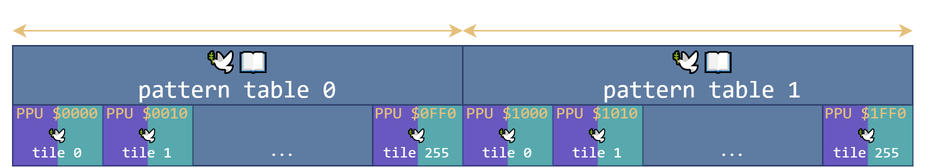
Before: public/assets/graphics/tile_bitplanes.png, a diagram exported from draw.io (afska/emudevz). Source tidied: cells renumbered, new cells last; positions are measured from the earlier drawing's top-left corner, leaving out a move shared by most shapes. The source it was exported from:
```xml
<mxGraphModel background="#121010">
  <root>
    <mxCell id="0" />
    <mxCell id="1" parent="0" />
    <mxCell id="2" style="group;" parent="1" vertex="1">
      <mxGeometry width="600" height="110" as="geometry" />
    </mxCell>
    <mxCell id="3" style="rounded=0;whiteSpace=wrap;html=1;fillColor=#5E7BA1;strokeColor=#2D3F6B;" parent="2" vertex="1">
      <mxGeometry y="30" width="600" height="80" as="geometry" />
    </mxCell>
    <mxCell id="4" style="endArrow=classic;startArrow=classic;html=1;rounded=0;strokeColor=#e5c07b;entryX=1;entryY=1;entryDx=0;entryDy=0;" parent="2" edge="1" target="5">
      <mxGeometry relative="1" as="geometry">
        <mxPoint y="20" as="sourcePoint" />
      </mxGeometry>
    </mxCell>
    <mxCell id="5" value="&lt;font style=&quot;font-size: 14px;&quot; face=&quot;Courier New&quot; color=&quot;#ffffff&quot;&gt;4096&lt;/font&gt;" style="text;align=center;html=1;verticalAlign=middle;whiteSpace=wrap;rounded=0;" parent="2" vertex="1">
      <mxGeometry width="300" height="20" as="geometry" />
    </mxCell>
    <mxCell id="6" style="endArrow=none;html=1;rounded=0;strokeColor=#2D3F6B;exitX=0.5;exitY=1;exitDx=0;exitDy=0;entryX=0.5;entryY=0;entryDx=0;entryDy=0;" parent="2" edge="1" source="3" target="3">
      <mxGeometry relative="1" as="geometry" />
    </mxCell>
    <mxCell id="7" style="endArrow=classic;startArrow=classic;html=1;rounded=0;strokeColor=#e5c07b;entryX=1;entryY=1;entryDx=0;entryDy=0;" parent="2" edge="1" target="8">
      <mxGeometry relative="1" as="geometry">
        <mxPoint x="300" y="20" as="sourcePoint" />
      </mxGeometry>
    </mxCell>
    <mxCell id="8" value="&lt;font style=&quot;font-size: 14px;&quot; face=&quot;Courier New&quot; color=&quot;#ffffff&quot;&gt;4096&lt;/font&gt;" style="text;align=center;html=1;verticalAlign=middle;whiteSpace=wrap;rounded=0;" parent="2" vertex="1">
      <mxGeometry x="300" width="300" height="20" as="geometry" />
    </mxCell>
    <mxCell id="9" value="&lt;div style=&quot;font-family: Consolas, &amp;quot;Courier New&amp;quot;, monospace; line-height: 116%;&quot;&gt;&lt;/div&gt;&lt;font style=&quot;font-size: 16px;&quot; face=&quot;Consolas, Courier New, monospace&quot; color=&quot;#ffffff&quot;&gt;🕊️📖&lt;/font&gt;&lt;div style=&quot;font-family: Consolas, &amp;quot;Courier New&amp;quot;, monospace; line-height: 116%; font-size: 16px;&quot;&gt;&lt;font style=&quot;font-size: 16px;&quot; color=&quot;#ffffff&quot;&gt;pattern table 0&lt;/font&gt;&lt;/div&gt;" style="text;align=center;html=1;verticalAlign=middle;whiteSpace=wrap;rounded=0;" parent="2" vertex="1">
      <mxGeometry y="30" width="300" height="40" as="geometry" />
    </mxCell>
    <mxCell id="10" value="&lt;div style=&quot;font-family: Consolas, &amp;quot;Courier New&amp;quot;, monospace; line-height: 116%;&quot;&gt;&lt;/div&gt;&lt;font style=&quot;font-size: 16px;&quot; face=&quot;Consolas, Courier New, monospace&quot; color=&quot;#ffffff&quot;&gt;🕊️📖&lt;/font&gt;&lt;div style=&quot;font-family: Consolas, &amp;quot;Courier New&amp;quot;, monospace; line-height: 116%; font-size: 16px;&quot;&gt;&lt;font style=&quot;font-size: 16px;&quot; color=&quot;#ffffff&quot;&gt;pattern table 1&lt;/font&gt;&lt;/div&gt;" style="text;align=center;html=1;verticalAlign=middle;whiteSpace=wrap;rounded=0;" parent="2" vertex="1">
      <mxGeometry x="320" y="30" width="280" height="40" as="geometry" />
    </mxCell>
    <mxCell id="11" style="endArrow=none;html=1;rounded=0;strokeColor=#2D3F6B;exitX=1;exitY=1;exitDx=0;exitDy=0;" parent="2" edge="1" source="19">
      <mxGeometry relative="1" as="geometry">
        <mxPoint x="60" y="70" as="targetPoint" />
      </mxGeometry>
    </mxCell>
    <mxCell id="12" style="endArrow=none;html=1;rounded=0;strokeColor=#2D3F6B;exitX=1;exitY=1;exitDx=0;exitDy=0;" parent="2" edge="1" source="24">
      <mxGeometry relative="1" as="geometry">
        <mxPoint x="120" y="70" as="targetPoint" />
      </mxGeometry>
    </mxCell>
    <mxCell id="13" value="&lt;div style=&quot;font-family: Consolas, &amp;quot;Courier New&amp;quot;, monospace; line-height: 116%;&quot;&gt;&lt;/div&gt;&lt;font face=&quot;Consolas, Courier New, monospace&quot; color=&quot;#ffffff&quot;&gt;&lt;span style=&quot;font-size: 10px;&quot;&gt;...&lt;/span&gt;&lt;/font&gt;" style="text;align=center;html=1;verticalAlign=middle;whiteSpace=wrap;rounded=0;" parent="2" vertex="1">
      <mxGeometry x="120" y="90" width="120" height="20" as="geometry" />
    </mxCell>
    <mxCell id="14" style="endArrow=none;html=1;rounded=0;strokeColor=#2D3F6B;exitX=1;exitY=0;exitDx=0;exitDy=0;entryX=0;entryY=1;entryDx=0;entryDy=0;" parent="2" edge="1">
      <mxGeometry relative="1" as="geometry">
        <mxPoint x="299.3" y="69.4" as="sourcePoint" />
        <mxPoint y="69.4" as="targetPoint" />
      </mxGeometry>
    </mxCell>
    <mxCell id="15" style="endArrow=none;html=1;rounded=0;strokeColor=#2D3F6B;exitX=1;exitY=1;exitDx=0;exitDy=0;" parent="2" edge="1" source="13">
      <mxGeometry relative="1" as="geometry">
        <mxPoint x="240" y="70" as="targetPoint" />
      </mxGeometry>
    </mxCell>
    <mxCell id="16" style="rounded=0;whiteSpace=wrap;html=1;strokeColor=none;fillColor=#7723ec66;" parent="2" vertex="1">
      <mxGeometry y="70" width="30" height="40" as="geometry" />
    </mxCell>
    <mxCell id="17" style="rounded=0;whiteSpace=wrap;html=1;strokeColor=none;fillColor=#4eeebf66;" parent="2" vertex="1">
      <mxGeometry x="30" y="70" width="30" height="40" as="geometry" />
    </mxCell>
    <mxCell id="18" style="rounded=0;whiteSpace=wrap;html=1;strokeColor=none;fillColor=#7723ec66;" parent="2" vertex="1">
      <mxGeometry x="60" y="70" width="30" height="40" as="geometry" />
    </mxCell>
    <mxCell id="19" value="&lt;div style=&quot;font-family: Consolas, &amp;quot;Courier New&amp;quot;, monospace; line-height: 116%;&quot;&gt;&lt;/div&gt;&lt;font style=&quot;font-size: 10px;&quot; face=&quot;Consolas, Courier New, monospace&quot; color=&quot;#ffffff&quot;&gt;🕊️&lt;/font&gt;&lt;div style=&quot;font-family: Consolas, &amp;quot;Courier New&amp;quot;, monospace; line-height: 116%; font-size: 10px;&quot;&gt;&lt;font style=&quot;font-size: 10px;&quot; color=&quot;#ffffff&quot;&gt;tile 0&lt;/font&gt;&lt;/div&gt;" style="text;align=center;html=1;verticalAlign=middle;whiteSpace=wrap;rounded=0;" parent="2" vertex="1">
      <mxGeometry y="80" width="60" height="30" as="geometry" />
    </mxCell>
    <mxCell id="20" value="&lt;div style=&quot;font-family: Consolas, &amp;quot;Courier New&amp;quot;, monospace; line-height: 22px; font-size: 11px;&quot;&gt;&lt;font style=&quot;font-size: 11px;&quot;&gt;PPU&amp;nbsp;&lt;/font&gt;&lt;span style=&quot;background-color: initial;&quot;&gt;$0000&lt;/span&gt;&lt;/div&gt;" style="text;align=center;html=1;verticalAlign=middle;whiteSpace=wrap;rounded=0;fontColor=#E5C07B;" parent="2" vertex="1">
      <mxGeometry y="70" width="60" height="10" as="geometry" />
    </mxCell>
    <mxCell id="21" style="rounded=0;whiteSpace=wrap;html=1;strokeColor=none;fillColor=#4eeebf66;" parent="2" vertex="1">
      <mxGeometry x="90" y="70" width="30" height="40" as="geometry" />
    </mxCell>
    <mxCell id="22" style="rounded=0;whiteSpace=wrap;html=1;strokeColor=none;fillColor=#7723ec66;" parent="2" vertex="1">
      <mxGeometry x="240.3" y="70" width="30" height="40" as="geometry" />
    </mxCell>
    <mxCell id="23" style="rounded=0;whiteSpace=wrap;html=1;strokeColor=none;fillColor=#4eeebf66;" parent="2" vertex="1">
      <mxGeometry x="270" y="70" width="30" height="40" as="geometry" />
    </mxCell>
    <mxCell id="24" value="&lt;div style=&quot;font-family: Consolas, &amp;quot;Courier New&amp;quot;, monospace; line-height: 116%;&quot;&gt;&lt;/div&gt;&lt;font style=&quot;font-size: 10px;&quot; face=&quot;Consolas, Courier New, monospace&quot; color=&quot;#ffffff&quot;&gt;🕊️&lt;/font&gt;&lt;div style=&quot;font-family: Consolas, &amp;quot;Courier New&amp;quot;, monospace; line-height: 116%; font-size: 10px;&quot;&gt;&lt;font style=&quot;font-size: 10px;&quot; color=&quot;#ffffff&quot;&gt;tile 1&lt;/font&gt;&lt;/div&gt;" style="text;align=center;html=1;verticalAlign=middle;whiteSpace=wrap;rounded=0;" parent="2" vertex="1">
      <mxGeometry x="60" y="80" width="60" height="30" as="geometry" />
    </mxCell>
    <mxCell id="25" value="&lt;div style=&quot;font-family: Consolas, &amp;quot;Courier New&amp;quot;, monospace; line-height: 22px; font-size: 11px;&quot;&gt;&lt;font style=&quot;font-size: 11px;&quot;&gt;PPU&amp;nbsp;&lt;/font&gt;&lt;span style=&quot;background-color: initial;&quot;&gt;$0010&lt;/span&gt;&lt;/div&gt;" style="text;align=center;html=1;verticalAlign=middle;whiteSpace=wrap;rounded=0;fontColor=#E5C07B;" parent="2" vertex="1">
      <mxGeometry x="60" y="70" width="60" height="10" as="geometry" />
    </mxCell>
    <mxCell id="26" value="&lt;div style=&quot;font-family: Consolas, &amp;quot;Courier New&amp;quot;, monospace; line-height: 116%;&quot;&gt;&lt;/div&gt;&lt;font style=&quot;font-size: 10px;&quot; face=&quot;Consolas, Courier New, monospace&quot; color=&quot;#ffffff&quot;&gt;🕊️&lt;/font&gt;&lt;div style=&quot;font-family: Consolas, &amp;quot;Courier New&amp;quot;, monospace; line-height: 116%; font-size: 10px;&quot;&gt;&lt;font style=&quot;font-size: 10px;&quot; color=&quot;#ffffff&quot;&gt;tile 255&lt;/font&gt;&lt;/div&gt;" style="text;align=center;html=1;verticalAlign=middle;whiteSpace=wrap;rounded=0;" parent="2" vertex="1">
      <mxGeometry x="240" y="80" width="59.3" height="30" as="geometry" />
    </mxCell>
    <mxCell id="27" value="&lt;div style=&quot;font-family: Consolas, &amp;quot;Courier New&amp;quot;, monospace; line-height: 22px; font-size: 11px;&quot;&gt;&lt;font style=&quot;font-size: 11px;&quot;&gt;PPU&amp;nbsp;&lt;/font&gt;&lt;span style=&quot;background-color: initial;&quot;&gt;$0FF0&lt;/span&gt;&lt;/div&gt;" style="text;align=center;html=1;verticalAlign=middle;whiteSpace=wrap;rounded=0;fontColor=#E5C07B;" parent="2" vertex="1">
      <mxGeometry x="239.3" y="70" width="60" height="10" as="geometry" />
    </mxCell>
    <mxCell id="28" style="endArrow=none;html=1;rounded=0;strokeColor=#2D3F6B;exitX=1;exitY=1;exitDx=0;exitDy=0;" parent="2" edge="1" source="36">
      <mxGeometry relative="1" as="geometry">
        <mxPoint x="360" y="70" as="targetPoint" />
      </mxGeometry>
    </mxCell>
    <mxCell id="29" style="endArrow=none;html=1;rounded=0;strokeColor=#2D3F6B;exitX=1;exitY=1;exitDx=0;exitDy=0;" parent="2" edge="1" source="41">
      <mxGeometry relative="1" as="geometry">
        <mxPoint x="420" y="70" as="targetPoint" />
      </mxGeometry>
    </mxCell>
    <mxCell id="30" value="&lt;div style=&quot;font-family: Consolas, &amp;quot;Courier New&amp;quot;, monospace; line-height: 116%;&quot;&gt;&lt;/div&gt;&lt;font face=&quot;Consolas, Courier New, monospace&quot; color=&quot;#ffffff&quot;&gt;&lt;span style=&quot;font-size: 10px;&quot;&gt;...&lt;/span&gt;&lt;/font&gt;" style="text;align=center;html=1;verticalAlign=middle;whiteSpace=wrap;rounded=0;" parent="2" vertex="1">
      <mxGeometry x="420" y="90" width="120" height="20" as="geometry" />
    </mxCell>
    <mxCell id="31" style="endArrow=none;html=1;rounded=0;strokeColor=#2D3F6B;exitX=1;exitY=0;exitDx=0;exitDy=0;entryX=0;entryY=1;entryDx=0;entryDy=0;" parent="2" edge="1">
      <mxGeometry relative="1" as="geometry">
        <mxPoint x="599.3" y="69.4" as="sourcePoint" />
        <mxPoint x="300" y="69.4" as="targetPoint" />
      </mxGeometry>
    </mxCell>
    <mxCell id="32" style="endArrow=none;html=1;rounded=0;strokeColor=#2D3F6B;exitX=1;exitY=1;exitDx=0;exitDy=0;" parent="2" edge="1" source="30">
      <mxGeometry relative="1" as="geometry">
        <mxPoint x="540" y="70" as="targetPoint" />
      </mxGeometry>
    </mxCell>
    <mxCell id="33" style="rounded=0;whiteSpace=wrap;html=1;strokeColor=none;fillColor=#7723ec66;" parent="2" vertex="1">
      <mxGeometry x="300" y="70" width="30" height="40" as="geometry" />
    </mxCell>
    <mxCell id="34" style="rounded=0;whiteSpace=wrap;html=1;strokeColor=none;fillColor=#4eeebf66;" parent="2" vertex="1">
      <mxGeometry x="330" y="70" width="30" height="40" as="geometry" />
    </mxCell>
    <mxCell id="35" style="rounded=0;whiteSpace=wrap;html=1;strokeColor=none;fillColor=#7723ec66;" parent="2" vertex="1">
      <mxGeometry x="360" y="70" width="30" height="40" as="geometry" />
    </mxCell>
    <mxCell id="36" value="&lt;div style=&quot;font-family: Consolas, &amp;quot;Courier New&amp;quot;, monospace; line-height: 116%;&quot;&gt;&lt;/div&gt;&lt;font style=&quot;font-size: 10px;&quot; face=&quot;Consolas, Courier New, monospace&quot; color=&quot;#ffffff&quot;&gt;🕊️&lt;/font&gt;&lt;div style=&quot;font-family: Consolas, &amp;quot;Courier New&amp;quot;, monospace; line-height: 116%; font-size: 10px;&quot;&gt;&lt;font style=&quot;font-size: 10px;&quot; color=&quot;#ffffff&quot;&gt;tile 0&lt;/font&gt;&lt;/div&gt;" style="text;align=center;html=1;verticalAlign=middle;whiteSpace=wrap;rounded=0;" parent="2" vertex="1">
      <mxGeometry x="300" y="80" width="60" height="30" as="geometry" />
    </mxCell>
    <mxCell id="37" value="&lt;div style=&quot;font-family: Consolas, &amp;quot;Courier New&amp;quot;, monospace; line-height: 22px; font-size: 11px;&quot;&gt;&lt;font style=&quot;font-size: 11px;&quot;&gt;PPU&amp;nbsp;&lt;/font&gt;&lt;span style=&quot;background-color: initial;&quot;&gt;$1000&lt;/span&gt;&lt;/div&gt;" style="text;align=center;html=1;verticalAlign=middle;whiteSpace=wrap;rounded=0;fontColor=#E5C07B;" parent="2" vertex="1">
      <mxGeometry x="300" y="70" width="60" height="10" as="geometry" />
    </mxCell>
    <mxCell id="38" style="rounded=0;whiteSpace=wrap;html=1;strokeColor=none;fillColor=#4eeebf66;" parent="2" vertex="1">
      <mxGeometry x="390" y="70" width="30" height="40" as="geometry" />
    </mxCell>
    <mxCell id="39" style="rounded=0;whiteSpace=wrap;html=1;strokeColor=none;fillColor=#7723ec66;" parent="2" vertex="1">
      <mxGeometry x="540.3" y="70" width="30" height="40" as="geometry" />
    </mxCell>
    <mxCell id="40" style="rounded=0;whiteSpace=wrap;html=1;strokeColor=none;fillColor=#4eeebf66;" parent="2" vertex="1">
      <mxGeometry x="570" y="70" width="30" height="40" as="geometry" />
    </mxCell>
    <mxCell id="41" value="&lt;div style=&quot;font-family: Consolas, &amp;quot;Courier New&amp;quot;, monospace; line-height: 116%;&quot;&gt;&lt;/div&gt;&lt;font style=&quot;font-size: 10px;&quot; face=&quot;Consolas, Courier New, monospace&quot; color=&quot;#ffffff&quot;&gt;🕊️&lt;/font&gt;&lt;div style=&quot;font-family: Consolas, &amp;quot;Courier New&amp;quot;, monospace; line-height: 116%; font-size: 10px;&quot;&gt;&lt;font style=&quot;font-size: 10px;&quot; color=&quot;#ffffff&quot;&gt;tile 1&lt;/font&gt;&lt;/div&gt;" style="text;align=center;html=1;verticalAlign=middle;whiteSpace=wrap;rounded=0;" parent="2" vertex="1">
      <mxGeometry x="360" y="80" width="60" height="30" as="geometry" />
    </mxCell>
    <mxCell id="42" value="&lt;div style=&quot;font-family: Consolas, &amp;quot;Courier New&amp;quot;, monospace; line-height: 22px; font-size: 11px;&quot;&gt;&lt;font style=&quot;font-size: 11px;&quot;&gt;PPU&amp;nbsp;&lt;/font&gt;&lt;span style=&quot;background-color: initial;&quot;&gt;$1010&lt;/span&gt;&lt;/div&gt;" style="text;align=center;html=1;verticalAlign=middle;whiteSpace=wrap;rounded=0;fontColor=#E5C07B;" parent="2" vertex="1">
      <mxGeometry x="360" y="70" width="60" height="10" as="geometry" />
    </mxCell>
    <mxCell id="43" value="&lt;div style=&quot;font-family: Consolas, &amp;quot;Courier New&amp;quot;, monospace; line-height: 116%;&quot;&gt;&lt;/div&gt;&lt;font style=&quot;font-size: 10px;&quot; face=&quot;Consolas, Courier New, monospace&quot; color=&quot;#ffffff&quot;&gt;🕊️&lt;/font&gt;&lt;div style=&quot;font-family: Consolas, &amp;quot;Courier New&amp;quot;, monospace; line-height: 116%; font-size: 10px;&quot;&gt;&lt;font style=&quot;font-size: 10px;&quot; color=&quot;#ffffff&quot;&gt;tile 255&lt;/font&gt;&lt;/div&gt;" style="text;align=center;html=1;verticalAlign=middle;whiteSpace=wrap;rounded=0;" parent="2" vertex="1">
      <mxGeometry x="540" y="80" width="59.3" height="30" as="geometry" />
    </mxCell>
    <mxCell id="44" value="&lt;div style=&quot;font-family: Consolas, &amp;quot;Courier New&amp;quot;, monospace; line-height: 22px; font-size: 11px;&quot;&gt;&lt;font style=&quot;font-size: 11px;&quot;&gt;PPU&amp;nbsp;&lt;/font&gt;&lt;span style=&quot;background-color: initial;&quot;&gt;$1FF0&lt;/span&gt;&lt;/div&gt;" style="text;align=center;html=1;verticalAlign=middle;whiteSpace=wrap;rounded=0;fontColor=#E5C07B;" parent="2" vertex="1">
      <mxGeometry x="539.3" y="70" width="60" height="10" as="geometry" />
    </mxCell>
  </root>
</mxGraphModel>
```
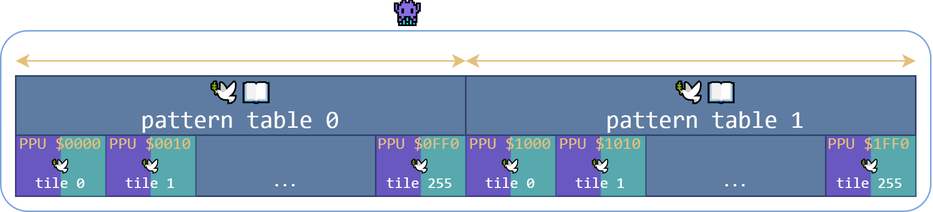
After the commit.

Diff of the diagram source:
```diff
@@ -153,5 +153,11 @@
     <mxCell id="44" value="&lt;div style=&quot;font-family: Consolas, &amp;quot;Courier New&amp;quot;, monospace; line-height: 22px; font-size: 11px;&quot;&gt;&lt;font style=&quot;font-size: 11px;&quot;&gt;PPU&amp;nbsp;&lt;/font&gt;&lt;span style=&quot;background-color: initial;&quot;&gt;$1FF0&lt;/span&gt;&lt;/div&gt;" style="text;align=center;html=1;verticalAlign=middle;whiteSpace=wrap;rounded=0;fontColor=#E5C07B;" parent="2" vertex="1">
       <mxGeometry x="539.3" y="70" width="60" height="10" as="geometry" />
     </mxCell>
+    <mxCell id="45" style="rounded=1;whiteSpace=wrap;html=1;fillColor=none;strokeColor=#7EA6E0;" parent="1" vertex="1">
+      <mxGeometry x="-10" width="620" height="120" as="geometry" />
+    </mxCell>
+    <mxCell id="46" value="&lt;font face=&quot;Courier New&quot; color=&quot;#ffffff&quot;&gt;&lt;b&gt;&lt;font style=&quot;font-size: 16px;&quot;&gt;👾&amp;nbsp;&lt;/font&gt;&lt;/b&gt;&lt;b style=&quot;font-size: 16px;&quot;&gt;CHR-ROM&lt;/b&gt;&lt;/font&gt;" style="text;align=center;html=1;verticalAlign=middle;whiteSpace=wrap;rounded=0;" parent="1" vertex="1">
+      <mxGeometry x="-10" y="-20" width="620" height="20" as="geometry" />
+    </mxCell>
   </root>
 </mxGraphModel>
```
